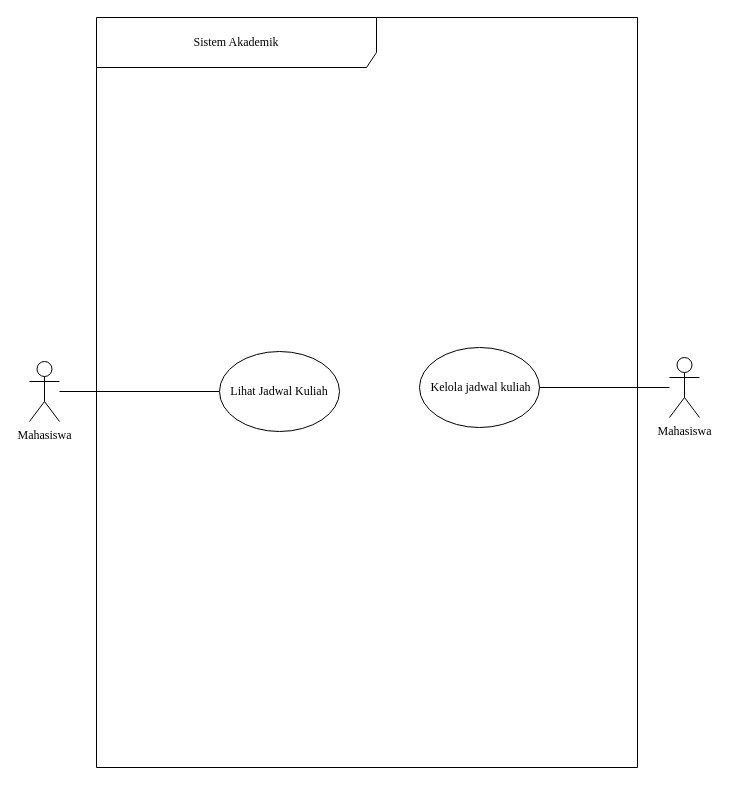
Before: 03_latihan_tools/P02/SIA/P02_2406007_SIA_notasi_v01.drawio in keyzakyy-dev/IFRWP5149_2406007_LabAlat, a draw.io diagram. Source tidied: cells renumbered, new cells numbered last; positions are measured from the earlier drawing's top-left corner, leaving out a move shared by most shapes. Both pictures are drawn from the tidied source at 100%, with x=0, y=0 at pixel (29, 17).
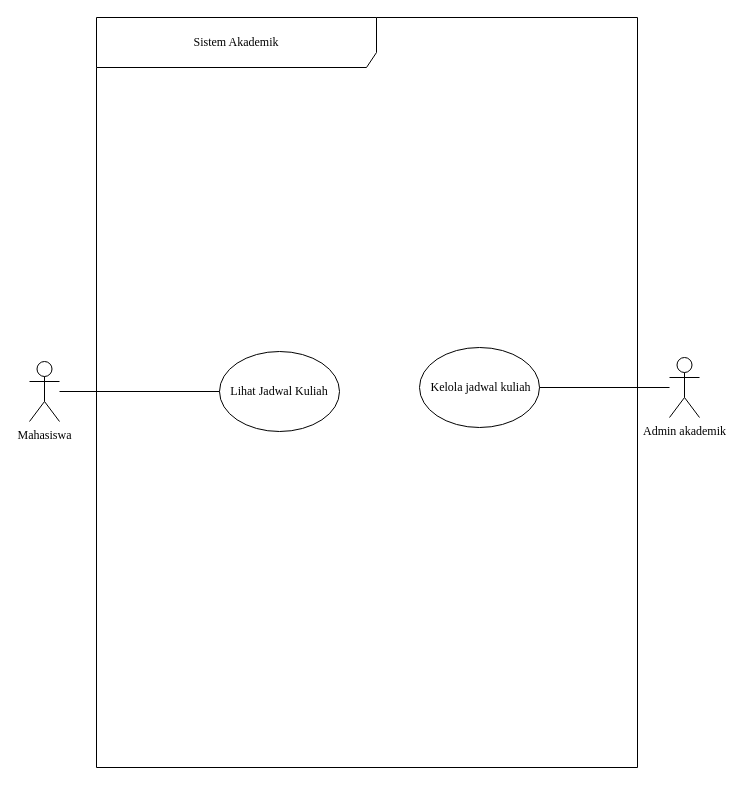
Above is the later version.

Commit message (it also covers changes not shown here):
PERTEMUAN 2 : UNIFIED MODELLING LANGUAGE (UML)

Diff of the diagram source:
```diff
@@
 <mxGraphModel>
   <root>
     <mxCell id="0" />
     <mxCell id="1" parent="0" />
     <mxCell id="2" value="&lt;font face=&quot;Times New Roman&quot; style=&quot;&quot;&gt;Sistem Akademik&lt;/font&gt;" style="shape=umlFrame;whiteSpace=wrap;html=1;width=280;height=50;" parent="1" vertex="1">
       <mxGeometry x="67" width="541" height="750" as="geometry" />
     </mxCell>
     <mxCell id="3" value="&lt;font face=&quot;Times New Roman&quot;&gt;&amp;nbsp;Kelola jadwal kuliah&lt;/font&gt;" style="whiteSpace=wrap;html=1;shapeInside=1;rounded=0;shape=ellipse;perimeter=ellipsePerimeter;" parent="2" vertex="1">
       <mxGeometry x="323" y="330" width="120" height="80" as="geometry" />
     </mxCell>
     <mxCell id="4" value="Lihat Jadwal Kuliah" style="whiteSpace=wrap;html=1;shapeInside=1;fontFamily=Times New Roman;rounded=0;shape=ellipse;perimeter=ellipsePerimeter;" parent="2" vertex="1">
       <mxGeometry x="123" y="334" width="120" height="80" as="geometry" />
     </mxCell>
     <mxCell id="5" value="&lt;font face=&quot;Times New Roman&quot;&gt;Mahasiswa&lt;/font&gt;" style="shape=umlActor;verticalLabelPosition=bottom;verticalAlign=top;html=1;outlineConnect=0;" parent="1" vertex="1">
       <mxGeometry y="344" width="30" height="60" as="geometry" />
     </mxCell>
     <mxCell id="6" style="edgeStyle=orthogonalEdgeStyle;rounded=0;jettySize=auto;html=1;entryX=0;entryY=0.5;entryDx=0;entryDy=0;endArrow=none;endFill=0;" parent="1" edge="1" source="5" target="4">
       <mxGeometry relative="1" as="geometry" />
     </mxCell>
     <mxCell id="7" style="edgeStyle=orthogonalEdgeStyle;rounded=0;jettySize=auto;html=1;entryX=1;entryY=0.5;entryDx=0;entryDy=0;endArrow=none;endFill=0;" parent="1" edge="1" source="8" target="3">
       <mxGeometry relative="1" as="geometry" />
     </mxCell>
-    <mxCell id="8" value="&lt;font face=&quot;Times New Roman&quot;&gt;Mahasiswa&lt;/font&gt;" style="shape=umlActor;verticalLabelPosition=bottom;verticalAlign=top;html=1;outlineConnect=0;" parent="1" vertex="1">
+    <mxCell id="8" value="&lt;font face=&quot;Times New Roman&quot;&gt;Admin akademik&lt;/font&gt;" style="shape=umlActor;verticalLabelPosition=bottom;verticalAlign=top;html=1;outlineConnect=0;" parent="1" vertex="1">
       <mxGeometry x="640" y="340" width="30" height="60" as="geometry" />
     </mxCell>
   </root>
 </mxGraphModel>
```
